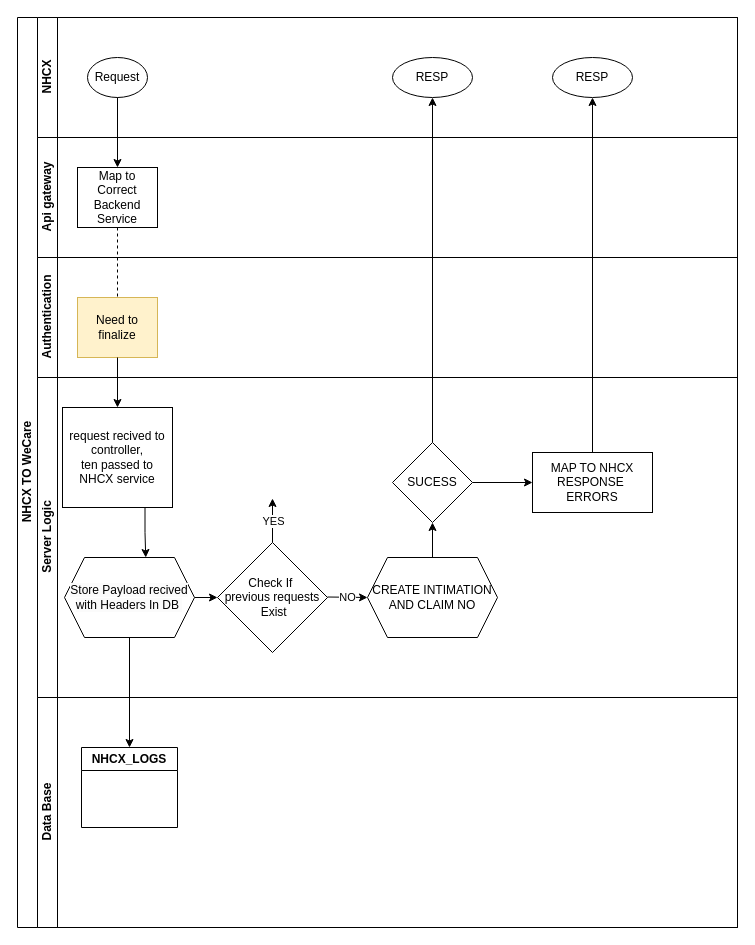
aashishinvy/aqi keeps this draw.io diagram as page "Claim registration" (1 of 4) of Untitled Diagram.drawio. Above is the earlier version. Source tidied: cells renumbered, new cells numbered last; positions are measured from the earlier drawing's top-left corner, leaving out a move shared by most shapes. Both pictures are drawn from the tidied source at 100%, with x=0, y=0 at pixel (17, 17).
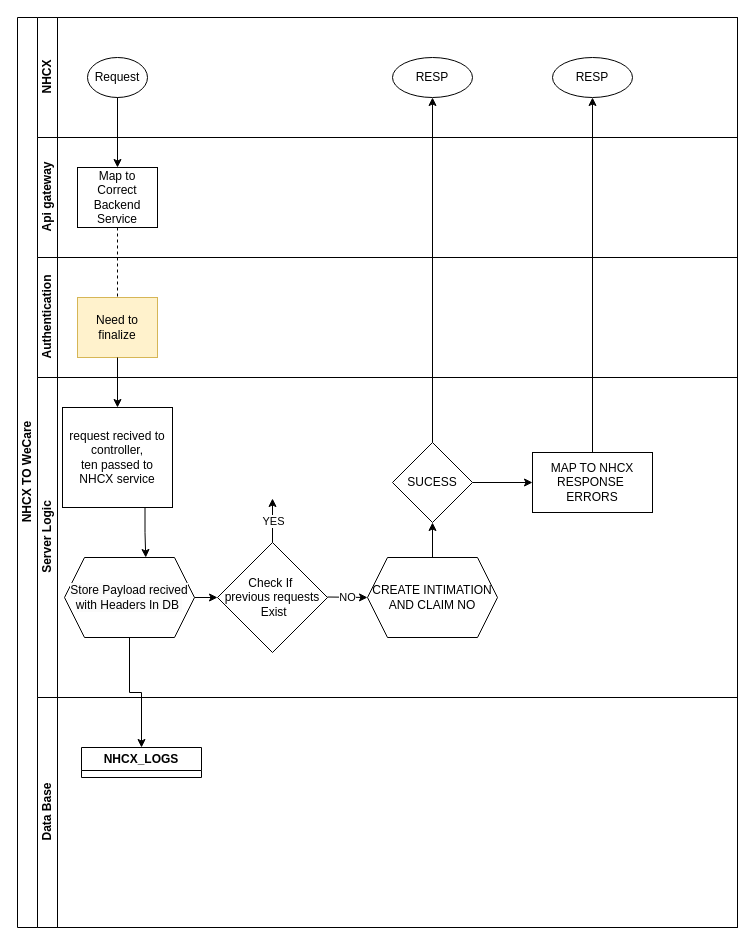
Above is the later version.

Unchanged cells that the change refers to:
```xml
<mxCell id="26" value="Data Base" style="swimlane;html=1;startSize=20;horizontal=0;" parent="2" vertex="1">
  <mxGeometry x="20" y="680" width="700" height="230" as="geometry" />
</mxCell>
```

Diff of the diagram source:
```diff
@@
-    <mxCell id="27" value="NHCX_LOGS" style="swimlane;whiteSpace=wrap;html=1;" parent="26" vertex="1">
-      <mxGeometry x="44" y="50" width="96" height="80" as="geometry" />
+    <mxCell id="27" value="NHCX_LOGS" style="swimlane;whiteSpace=wrap;html=1;" parent="26" vertex="1" collapsed="1">
+      <mxGeometry x="44" y="50" width="120" height="30" as="geometry" />
     </mxCell>
```
